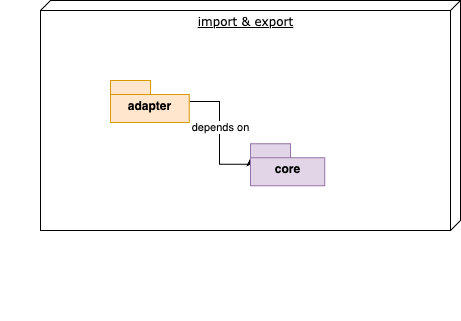
Before: docs/assets/static-level-2.drawio.png, a diagram exported from draw.io (tinohertlein/timesheet-wizard). Source tidied: cells renumbered, new cells last; positions are measured from the earlier drawing's top-left corner, leaving out a move shared by most shapes. The source it was exported from:
```xml
<mxGraphModel>
  <root>
    <mxCell id="0" />
    <mxCell id="1" parent="0" />
    <mxCell id="2" style="group;align=center;verticalAlign=bottom;" parent="1" vertex="1">
      <mxGeometry width="460" height="320" as="geometry" />
    </mxCell>
    <mxCell id="3" value="import &amp;amp; export" style="verticalAlign=top;align=center;spacingTop=8;spacingLeft=2;spacingRight=12;shape=cube;size=10;direction=south;fontStyle=4;html=1;rounded=0;shadow=0;comic=0;labelBackgroundColor=none;strokeWidth=1;fontFamily=Verdana;fontSize=12;" parent="2" vertex="1">
      <mxGeometry x="40" width="420" height="230" as="geometry" />
    </mxCell>
    <mxCell id="4" style="edgeStyle=orthogonalEdgeStyle;rounded=0;jettySize=auto;html=1;entryX=0;entryY=0;entryDx=0;entryDy=14;entryPerimeter=0;" parent="2" edge="1" source="6" target="7">
      <mxGeometry relative="1" as="geometry">
        <Array as="points">
          <mxPoint x="219" y="100.8" />
          <mxPoint x="219" y="163.8" />
          <mxPoint x="250" y="163.8" />
        </Array>
      </mxGeometry>
    </mxCell>
    <mxCell id="5" value="depends on" style="edgeLabel;html=1;align=center;verticalAlign=middle;" parent="4" vertex="1">
      <mxGeometry x="-0.14" relative="1" as="geometry" />
    </mxCell>
    <mxCell id="6" value="adapter" style="shape=folder;fontStyle=1;spacingTop=10;tabWidth=40;tabHeight=14;tabPosition=left;html=1;fillColor=#ffe6cc;strokeColor=#d79b00;" parent="2" vertex="1">
      <mxGeometry x="110" y="80" width="78.7" height="42.1" as="geometry" />
    </mxCell>
    <mxCell id="7" value="core" style="shape=folder;fontStyle=1;spacingTop=10;tabWidth=40;tabHeight=14;tabPosition=left;html=1;fillColor=#e1d5e7;strokeColor=#9673a6;" parent="2" vertex="1">
      <mxGeometry x="250" y="143.2" width="74.2" height="42.1" as="geometry" />
    </mxCell>
  </root>
</mxGraphModel>
```
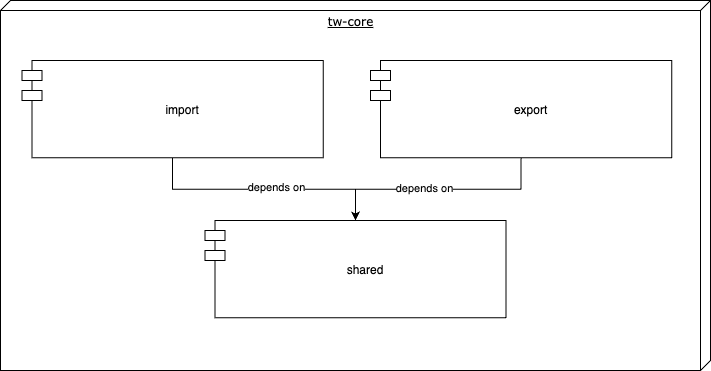
After the change.

The edit, as a diff of the source:
```diff
@@ -3,28 +3,31 @@
     <mxCell id="0" />
     <mxCell id="1" parent="0" />
     <mxCell id="2" style="group;align=center;verticalAlign=bottom;" parent="1" vertex="1">
-      <mxGeometry width="460" height="320" as="geometry" />
+      <mxGeometry width="710" height="370" as="geometry" />
     </mxCell>
-    <mxCell id="3" value="import &amp;amp; export" style="verticalAlign=top;align=center;spacingTop=8;spacingLeft=2;spacingRight=12;shape=cube;size=10;direction=south;fontStyle=4;html=1;rounded=0;shadow=0;comic=0;labelBackgroundColor=none;strokeWidth=1;fontFamily=Verdana;fontSize=12;" parent="2" vertex="1">
-      <mxGeometry x="40" width="420" height="230" as="geometry" />
+    <mxCell id="3" value="tw-core" style="verticalAlign=top;align=center;spacingTop=8;spacingLeft=2;spacingRight=12;shape=cube;size=10;direction=south;fontStyle=4;html=1;rounded=0;shadow=0;comic=0;labelBackgroundColor=none;strokeWidth=1;fontFamily=Verdana;fontSize=12;" parent="2" vertex="1">
+      <mxGeometry width="710" height="370" as="geometry" />
     </mxCell>
-    <mxCell id="4" style="edgeStyle=orthogonalEdgeStyle;rounded=0;jettySize=auto;html=1;entryX=0;entryY=0;entryDx=0;entryDy=14;entryPerimeter=0;" parent="2" edge="1" source="6" target="7">
-      <mxGeometry relative="1" as="geometry">
-        <Array as="points">
-          <mxPoint x="219" y="100.8" />
-          <mxPoint x="219" y="163.8" />
-          <mxPoint x="250" y="163.8" />
-        </Array>
-      </mxGeometry>
-    </mxCell>
-    <mxCell id="5" value="depends on" style="edgeLabel;html=1;align=center;verticalAlign=middle;" parent="4" vertex="1">
-      <mxGeometry x="-0.14" relative="1" as="geometry" />
-    </mxCell>
-    <mxCell id="6" value="adapter" style="shape=folder;fontStyle=1;spacingTop=10;tabWidth=40;tabHeight=14;tabPosition=left;html=1;fillColor=#ffe6cc;strokeColor=#d79b00;" parent="2" vertex="1">
-      <mxGeometry x="110" y="80" width="78.7" height="42.1" as="geometry" />
-    </mxCell>
-    <mxCell id="7" value="core" style="shape=folder;fontStyle=1;spacingTop=10;tabWidth=40;tabHeight=14;tabPosition=left;html=1;fillColor=#e1d5e7;strokeColor=#9673a6;" parent="2" vertex="1">
-      <mxGeometry x="250" y="143.2" width="74.2" height="42.1" as="geometry" />
-    </mxCell>
+    <mxCell id="8" style="edgeStyle=orthogonalEdgeStyle;rounded=0;jettySize=auto;html=1;" parent="2" edge="1" source="10" target="14">
+      <mxGeometry relative="1" as="geometry" />
+    </mxCell>
+    <mxCell id="9" value="depends on" style="edgeLabel;html=1;align=center;verticalAlign=middle;" parent="8" vertex="1">
+      <mxGeometry x="0.1" y="2" relative="1" as="geometry" />
+    </mxCell>
+    <mxCell id="10" value="import" style="shape=module;align=left;spacingLeft=20;align=center;verticalAlign=middle;" parent="2" vertex="1">
+      <mxGeometry x="21.5" y="60" width="301.2" height="97.4" as="geometry" />
+    </mxCell>
+    <mxCell id="11" style="edgeStyle=orthogonalEdgeStyle;rounded=0;jettySize=auto;html=1;" parent="2" edge="1" source="13" target="14">
+      <mxGeometry relative="1" as="geometry" />
+    </mxCell>
+    <mxCell id="12" value="depends on" style="edgeLabel;html=1;align=center;verticalAlign=middle;" parent="11" vertex="1">
+      <mxGeometry x="0.12" y="-1" relative="1" as="geometry" />
+    </mxCell>
+    <mxCell id="13" value="export" style="shape=module;align=left;spacingLeft=20;align=center;verticalAlign=middle;" parent="2" vertex="1">
+      <mxGeometry x="370" y="60" width="301.2" height="97.4" as="geometry" />
+    </mxCell>
+    <mxCell id="14" value="shared" style="shape=module;align=left;spacingLeft=20;align=center;verticalAlign=middle;" parent="2" vertex="1">
+      <mxGeometry x="204.4" y="220" width="301.2" height="97.4" as="geometry" />
+    </mxCell>
   </root>
 </mxGraphModel>
```
